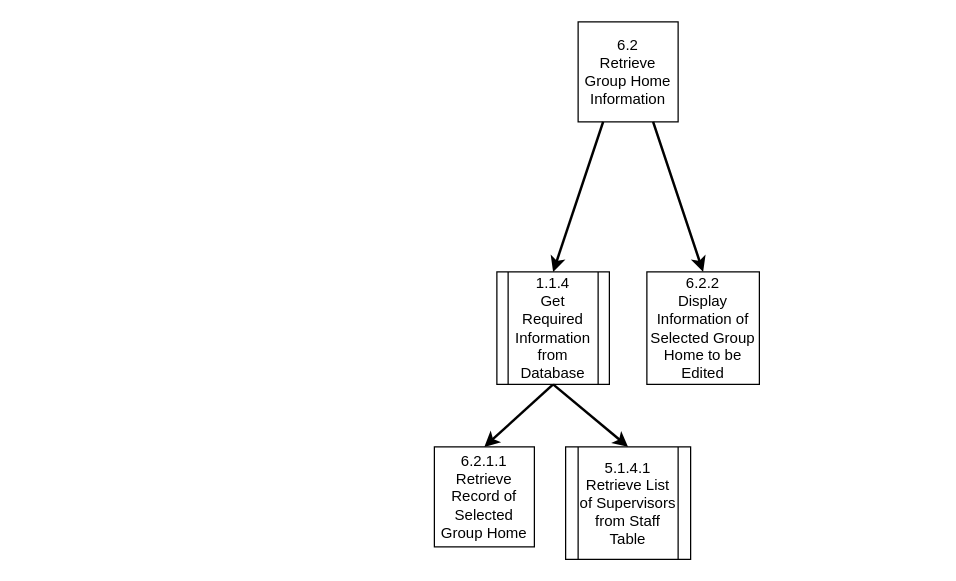
Harlento/SchedulingSystem keeps this draw.io diagram as page "6.2: Retrieve GH Information" (2 of 3) of Diagrams/StructureCharts/Proc6UpdateGH.drawio. Above is the earlier version. Source tidied: cells renumbered, new cells numbered last; positions are measured from the earlier drawing's top-left corner, leaving out a move shared by most shapes. Both pictures are drawn from the tidied source at 125%, with x=0, y=0 at pixel (434, 21).
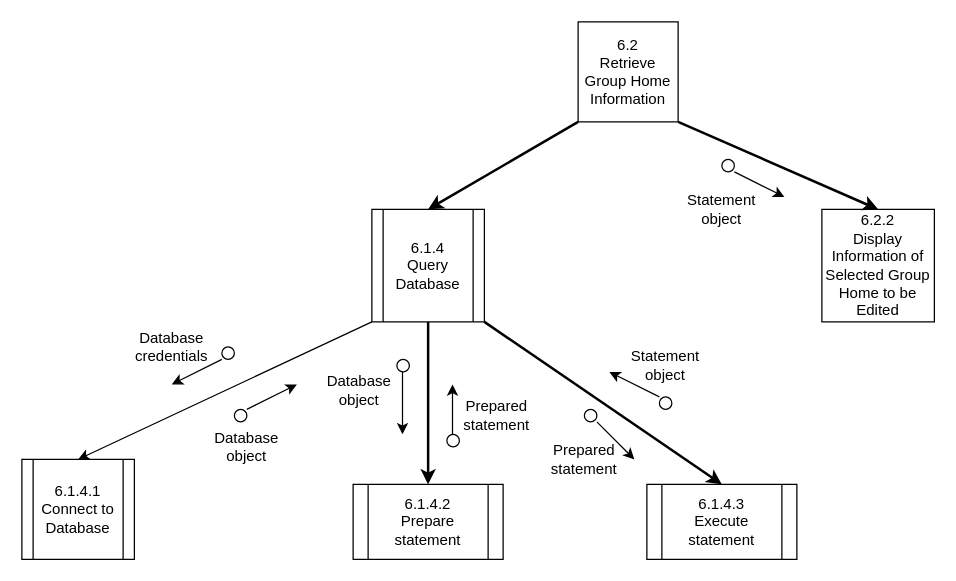
Above is the later version.

The change refers to these unchanged cells:
```xml
<mxCell id="2" value="6.2&lt;br&gt;Retrieve Group Home Information" style="whiteSpace=wrap;html=1;" parent="1" vertex="1">
  <mxGeometry x="115" width="80" height="80" as="geometry" />
</mxCell>
```

What changed in the source:
```diff
@@
     <mxCell id="3" value="6.2.2&lt;br&gt;Display Information of Selected Group Home to be Edited" style="whiteSpace=wrap;html=1;" parent="1" vertex="1">
-      <mxGeometry x="170" y="200" width="90" height="90" as="geometry" />
+      <mxGeometry x="310" y="150" width="90" height="90" as="geometry" />
     </mxCell>
-    <mxCell id="4" style="endArrow=classic;html=1;exitX=0.75;exitY=1;exitDx=0;exitDy=0;strokeWidth=2;entryX=0.5;entryY=0;entryDx=0;entryDy=0;" parent="1" edge="1" source="2" target="3">
+    <mxCell id="4" style="endArrow=classic;html=1;exitX=1;exitY=1;exitDx=0;exitDy=0;strokeWidth=2;entryX=0.5;entryY=0;entryDx=0;entryDy=0;" parent="1" edge="1" source="2" target="3">
       <mxGeometry relative="1" as="geometry" />
     </mxCell>
-    <mxCell id="5" style="endArrow=classic;html=1;exitX=0.25;exitY=1;exitDx=0;exitDy=0;entryX=0.5;entryY=0;entryDx=0;entryDy=0;strokeWidth=2;" parent="1" edge="1" source="2" target="7">
+    <mxCell id="5" style="endArrow=classic;html=1;exitX=0;exitY=1;exitDx=0;exitDy=0;entryX=0.5;entryY=0;entryDx=0;entryDy=0;strokeWidth=2;" parent="1" edge="1" source="2" target="7">
       <mxGeometry relative="1" as="geometry" />
     </mxCell>
-    <mxCell id="6" style="endArrow=classic;html=1;strokeWidth=2;entryX=0.5;entryY=0;entryDx=0;entryDy=0;exitX=0.5;exitY=1;exitDx=0;exitDy=0;" parent="1" edge="1" source="7" target="8">
+    <mxCell id="6" style="endArrow=classic;html=1;strokeWidth=2;entryX=0.5;entryY=0;entryDx=0;entryDy=0;exitX=0.5;exitY=1;exitDx=0;exitDy=0;" parent="1" edge="1" source="7" target="20">
       <mxGeometry relative="1" as="geometry" />
     </mxCell>
-    <mxCell id="7" value="1.1.4&lt;br&gt;Get Required Information from Database" style="shape=process;whiteSpace=wrap;html=1;backgroundOutline=1;" parent="1" vertex="1">
-      <mxGeometry x="50" y="200" width="90" height="90" as="geometry" />
+    <mxCell id="7" value="6.1.4&lt;br&gt;Query Database" style="shape=process;whiteSpace=wrap;html=1;backgroundOutline=1;" parent="1" vertex="1">
+      <mxGeometry x="-50" y="150" width="90" height="90" as="geometry" />
     </mxCell>
-    <mxCell id="8" value="6.2.1.1&lt;br&gt;Retrieve Record of Selected Group Home" style="whiteSpace=wrap;html=1;" parent="1" vertex="1">
-      <mxGeometry y="340" width="80" height="80" as="geometry" />
-    </mxCell>
-    <mxCell id="9" style="endArrow=classic;html=1;strokeWidth=2;entryX=0.5;entryY=0;entryDx=0;entryDy=0;exitX=0.5;exitY=1;exitDx=0;exitDy=0;" parent="1" edge="1" source="7" target="10">
+    <mxCell id="9" style="endArrow=classic;html=1;strokeWidth=2;exitX=1;exitY=1;exitDx=0;exitDy=0;entryX=0.5;entryY=0;entryDx=0;entryDy=0;" parent="1" edge="1" source="7" target="21">
       <mxGeometry relative="1" as="geometry" />
     </mxCell>
-    <mxCell id="10" value="5.1.4.1&lt;br&gt;Retrieve List of Supervisors from Staff Table" style="shape=process;whiteSpace=wrap;html=1;backgroundOutline=1;" parent="1" vertex="1">
-      <mxGeometry x="105" y="340" width="100" height="90" as="geometry" />
-    </mxCell>
+    <mxCell id="11" style="endArrow=classic;html=1;strokeWidth=1;" parent="1" edge="1">
+      <mxGeometry relative="1" as="geometry">
+        <mxPoint x="-25.5" y="280" as="sourcePoint" />
+        <mxPoint x="-25.5" y="330" as="targetPoint" />
+      </mxGeometry>
+    </mxCell>
+    <mxCell id="12" style="ellipse;whiteSpace=wrap;html=1;fillColor=#FFFFFF;" parent="1" vertex="1">
+      <mxGeometry x="230" y="110" width="10" height="10" as="geometry" />
+    </mxCell>
+    <mxCell id="13" style="ellipse;whiteSpace=wrap;html=1;fillColor=#FFFFFF;" parent="1" vertex="1">
+      <mxGeometry x="180" y="300" width="10" height="10" as="geometry" />
+    </mxCell>
+    <mxCell id="14" style="ellipse;whiteSpace=wrap;html=1;fillColor=#FFFFFF;" parent="1" vertex="1">
+      <mxGeometry x="120" y="310" width="10" height="10" as="geometry" />
+    </mxCell>
+    <mxCell id="15" style="ellipse;whiteSpace=wrap;html=1;fillColor=#FFFFFF;" parent="1" vertex="1">
+      <mxGeometry x="10" y="330" width="10" height="10" as="geometry" />
+    </mxCell>
+    <mxCell id="16" style="ellipse;whiteSpace=wrap;html=1;fillColor=#FFFFFF;" parent="1" vertex="1">
+      <mxGeometry x="-160" y="310" width="10" height="10" as="geometry" />
+    </mxCell>
+    <mxCell id="17" style="ellipse;whiteSpace=wrap;html=1;fillColor=#FFFFFF;" parent="1" vertex="1">
+      <mxGeometry x="-170" y="260" width="10" height="10" as="geometry" />
+    </mxCell>
+    <mxCell id="18" style="ellipse;whiteSpace=wrap;html=1;fillColor=#FFFFFF;" parent="1" vertex="1">
+      <mxGeometry x="-30" y="270" width="10" height="10" as="geometry" />
+    </mxCell>
+    <mxCell id="19" value="6.1.4.1&lt;br&gt;Connect to Database" style="shape=process;whiteSpace=wrap;html=1;backgroundOutline=1;" parent="1" vertex="1">
+      <mxGeometry x="-330" y="350" width="90" height="80" as="geometry" />
+    </mxCell>
+    <mxCell id="20" value="6.1.4.2&lt;br&gt;Prepare statement" style="shape=process;whiteSpace=wrap;html=1;backgroundOutline=1;" parent="1" vertex="1">
+      <mxGeometry x="-65" y="370" width="120" height="60" as="geometry" />
+    </mxCell>
+    <mxCell id="21" value="6.1.4.3&lt;br&gt;Execute statement" style="shape=process;whiteSpace=wrap;html=1;backgroundOutline=1;" parent="1" vertex="1">
+      <mxGeometry x="170" y="370" width="120" height="60" as="geometry" />
+    </mxCell>
+    <mxCell id="22" style="endArrow=classic;html=1;strokeWidth=1;exitX=0;exitY=1;exitDx=0;exitDy=0;entryX=0.5;entryY=0;entryDx=0;entryDy=0;" parent="1" edge="1" source="7" target="19">
+      <mxGeometry relative="1" as="geometry" />
+    </mxCell>
+    <mxCell id="23" style="endArrow=classic;html=1;strokeWidth=1;" parent="1" edge="1">
+      <mxGeometry relative="1" as="geometry">
+        <mxPoint x="-170" y="270" as="sourcePoint" />
+        <mxPoint x="-210" y="290" as="targetPoint" />
+      </mxGeometry>
+    </mxCell>
+    <mxCell id="24" style="endArrow=classic;html=1;strokeWidth=1;" parent="1" edge="1">
+      <mxGeometry relative="1" as="geometry">
+        <mxPoint x="14.5" y="330" as="sourcePoint" />
+        <mxPoint x="14.5" y="290" as="targetPoint" />
+      </mxGeometry>
+    </mxCell>
+    <mxCell id="25" style="endArrow=classic;html=1;strokeWidth=1;" parent="1" edge="1">
+      <mxGeometry relative="1" as="geometry">
+        <mxPoint x="-150" y="310" as="sourcePoint" />
+        <mxPoint x="-110" y="290" as="targetPoint" />
+      </mxGeometry>
+    </mxCell>
+    <mxCell id="26" style="endArrow=classic;html=1;strokeWidth=1;" parent="1" edge="1">
+      <mxGeometry relative="1" as="geometry">
+        <mxPoint x="130" y="320" as="sourcePoint" />
+        <mxPoint x="160" y="350" as="targetPoint" />
+      </mxGeometry>
+    </mxCell>
+    <mxCell id="27" style="endArrow=classic;html=1;strokeWidth=1;" parent="1" edge="1">
+      <mxGeometry relative="1" as="geometry">
+        <mxPoint x="180" y="300" as="sourcePoint" />
+        <mxPoint x="140" y="280" as="targetPoint" />
+      </mxGeometry>
+    </mxCell>
+    <mxCell id="28" value="Database credentials" style="text;html=1;strokeColor=none;fillColor=none;align=center;verticalAlign=middle;whiteSpace=wrap;rounded=0;" parent="1" vertex="1">
+      <mxGeometry x="-230" y="250" width="40" height="20" as="geometry" />
+    </mxCell>
+    <mxCell id="29" value="Database object" style="text;html=1;strokeColor=none;fillColor=none;align=center;verticalAlign=middle;whiteSpace=wrap;rounded=0;" parent="1" vertex="1">
+      <mxGeometry x="-170" y="330" width="40" height="20" as="geometry" />
+    </mxCell>
+    <mxCell id="30" value="Database object" style="text;html=1;strokeColor=none;fillColor=none;align=center;verticalAlign=middle;whiteSpace=wrap;rounded=0;" parent="1" vertex="1">
+      <mxGeometry x="-80" y="285" width="40" height="20" as="geometry" />
+    </mxCell>
+    <mxCell id="31" value="Prepared statement" style="text;html=1;strokeColor=none;fillColor=none;align=center;verticalAlign=middle;whiteSpace=wrap;rounded=0;" parent="1" vertex="1">
+      <mxGeometry x="30" y="305" width="40" height="20" as="geometry" />
+    </mxCell>
+    <mxCell id="32" value="Prepared statement" style="text;html=1;strokeColor=none;fillColor=none;align=center;verticalAlign=middle;whiteSpace=wrap;rounded=0;" parent="1" vertex="1">
+      <mxGeometry x="100" y="340" width="40" height="20" as="geometry" />
+    </mxCell>
+    <mxCell id="33" value="Statement object" style="text;html=1;strokeColor=none;fillColor=none;align=center;verticalAlign=middle;whiteSpace=wrap;rounded=0;" parent="1" vertex="1">
+      <mxGeometry x="165" y="265" width="40" height="20" as="geometry" />
+    </mxCell>
+    <mxCell id="34" style="endArrow=classic;html=1;strokeWidth=1;" parent="1" edge="1">
+      <mxGeometry relative="1" as="geometry">
+        <mxPoint x="240" y="120" as="sourcePoint" />
+        <mxPoint x="280" y="140" as="targetPoint" />
+      </mxGeometry>
+    </mxCell>
+    <mxCell id="35" value="Statement object" style="text;html=1;strokeColor=none;fillColor=none;align=center;verticalAlign=middle;whiteSpace=wrap;rounded=0;" parent="1" vertex="1">
+      <mxGeometry x="210" y="140" width="40" height="20" as="geometry" />
+    </mxCell>
```
